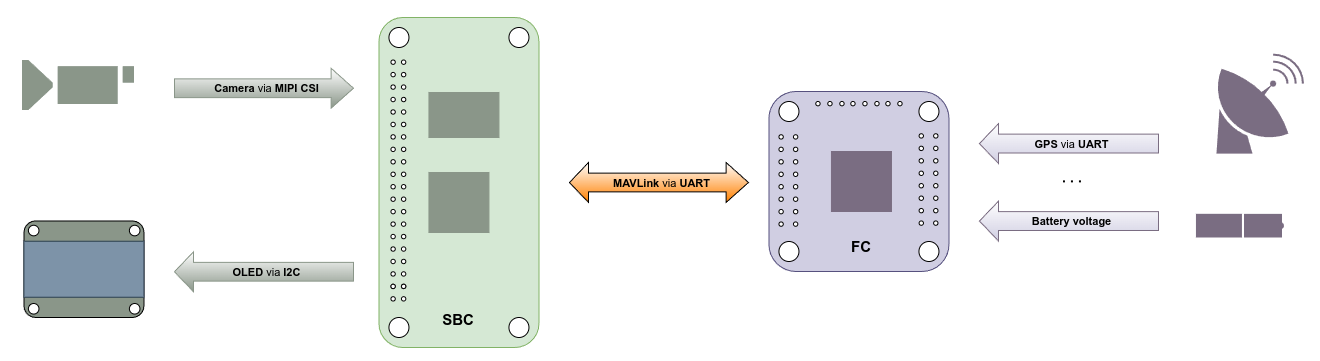
This is Images/sbc_fc_ench.png from Paschalis/mavlink-sbc-fc-bridge, a draw.io export, as it was before one commit. Source tidied: cells renumbered, new cells last; positions are measured from the earlier drawing's top-left corner, leaving out a move shared by most shapes.
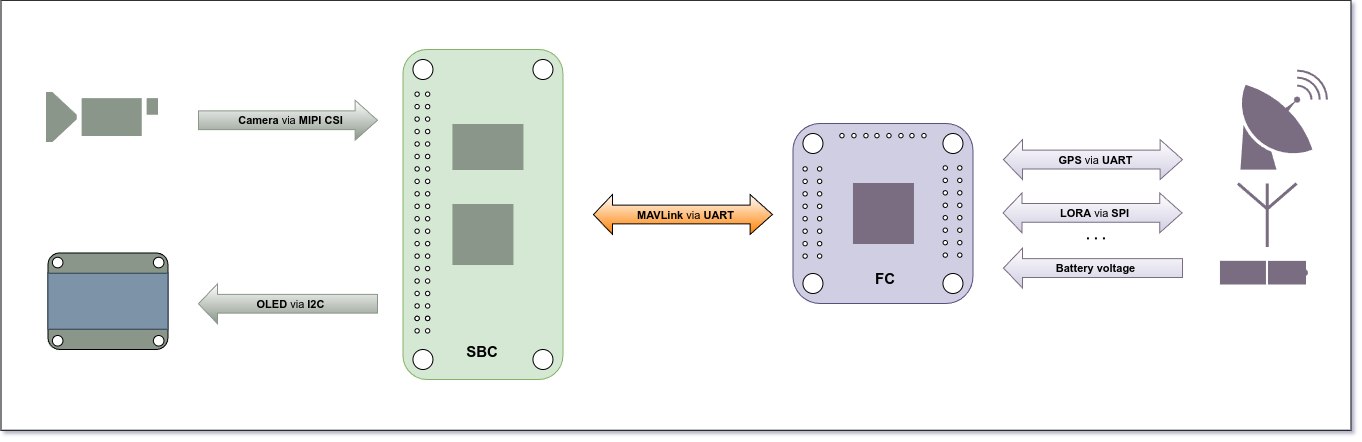
After the commit.

Commit message:
Add antenna symbol to figure to represent LoRa communication

Diff of the diagram source:
```diff
@@ -3,7 +3,7 @@
     <mxCell id="0" />
     <mxCell id="1" parent="0" />
     <mxCell id="2" style="rounded=0;whiteSpace=wrap;html=1;" parent="1" vertex="1">
-      <mxGeometry width="1350" height="430" as="geometry" />
+      <mxGeometry x="1.5" y="0.8" width="1350" height="430" as="geometry" />
     </mxCell>
     <mxCell id="3" style="rounded=1;whiteSpace=wrap;html=1;arcSize=12;fillColor=#8A9689;" parent="1" vertex="1">
       <mxGeometry x="48.4" y="253.4" width="120" height="96.5" as="geometry" />
@@ -180,7 +180,7 @@
       <mxGeometry x="453.5" y="125" width="70" height="45" as="geometry" />
     </mxCell>
     <mxCell id="61" style="rounded=0;whiteSpace=wrap;html=1;fillColor=#7B6D82;strokeColor=#7B6D82;" parent="1" vertex="1">
-      <mxGeometry x="856" y="184" width="60" height="60" as="geometry" />
+      <mxGeometry x="854" y="184" width="60" height="60" as="geometry" />
     </mxCell>
     <mxCell id="62" style="ellipse;whiteSpace=wrap;html=1;" parent="1" vertex="1">
       <mxGeometry x="803.5" y="167.2" width="4.3" height="4.3" as="geometry" />
@@ -356,10 +356,10 @@
     <mxCell id="114" style="ellipse;whiteSpace=wrap;html=1;" parent="1" vertex="1">
       <mxGeometry x="153.9" y="336" width="10.6" height="10.6" as="geometry" />
     </mxCell>
-    <mxCell id="115" style="shape=flexArrow;endArrow=none;startArrow=block;html=1;rounded=0;width=18.8;endSize=7.095999999999999;fillColor=default;gradientColor=#D0CEE2;startFill=0;endFill=0;strokeColor=#7B6D82;" parent="1" edge="1">
+    <mxCell id="115" style="shape=flexArrow;endArrow=block;startArrow=block;html=1;rounded=0;width=18.8;endSize=7.095999999999999;fillColor=default;gradientColor=#D0CEE2;startFill=0;endFill=0;strokeColor=#7B6D82;" parent="1" edge="1">
       <mxGeometry relative="1" as="geometry">
-        <mxPoint x="1003.5" y="176.1" as="sourcePoint" />
-        <mxPoint x="1183.5" y="176.1" as="targetPoint" />
+        <mxPoint x="1003.5" y="160.1" as="sourcePoint" />
+        <mxPoint x="1183.5" y="160.1" as="targetPoint" />
       </mxGeometry>
     </mxCell>
     <mxCell id="116" value="&lt;b&gt;GPS&lt;/b&gt; via &lt;b&gt;UART&lt;/b&gt;" style="edgeLabel;html=1;align=center;verticalAlign=middle;labelBackgroundColor=none;" parent="115" vertex="1">
@@ -369,8 +369,8 @@
     </mxCell>
     <mxCell id="117" style="shape=flexArrow;endArrow=none;startArrow=block;html=1;rounded=0;width=18.8;endSize=7.095999999999999;fillColor=default;gradientColor=#D0CEE2;startFill=0;endFill=0;strokeColor=#7B6D82;" parent="1" edge="1">
       <mxGeometry relative="1" as="geometry">
-        <mxPoint x="1003.5" y="253.6" as="sourcePoint" />
-        <mxPoint x="1183.5" y="253.6" as="targetPoint" />
+        <mxPoint x="1003.5" y="268.6" as="sourcePoint" />
+        <mxPoint x="1183.5" y="268.6" as="targetPoint" />
       </mxGeometry>
     </mxCell>
     <mxCell id="118" value="&lt;b&gt;Battery voltage&lt;/b&gt;" style="edgeLabel;html=1;align=center;verticalAlign=middle;labelBackgroundColor=none;" parent="117" vertex="1">
@@ -380,18 +380,32 @@
     </mxCell>
     <mxCell id="119" style="endArrow=none;dashed=1;html=1;dashPattern=1 3;strokeWidth=2;rounded=0;" parent="1" edge="1">
       <mxGeometry relative="1" as="geometry">
-        <mxPoint x="1087.5" y="213.9" as="sourcePoint" />
-        <mxPoint x="1107.5" y="213.9" as="targetPoint" />
+        <mxPoint x="1087.5" y="238.9" as="sourcePoint" />
+        <mxPoint x="1107.5" y="238.9" as="targetPoint" />
       </mxGeometry>
     </mxCell>
     <mxCell id="120" style="fontColor=#0066CC;verticalAlign=top;verticalLabelPosition=bottom;labelPosition=center;align=center;html=1;fillColor=#7B6D82;strokeColor=none;gradientColor=none;gradientDirection=north;strokeWidth=2;shape=mxgraph.networks.satellite_dish;" parent="1" vertex="1">
-      <mxGeometry x="1238.5" y="86.2" width="90" height="100" as="geometry" />
+      <mxGeometry x="1238.5" y="70.2" width="90" height="100" as="geometry" />
     </mxCell>
     <mxCell id="121" style="html=1;verticalLabelPosition=bottom;align=center;labelBackgroundColor=#ffffff;verticalAlign=top;strokeWidth=2;strokeColor=none;shadow=0;dashed=0;shape=mxgraph.ios7.icons.battery;fillColor=#7B6D82;" parent="1" vertex="1">
-      <mxGeometry x="1268.5" y="246.3" width="40" height="23.7" as="geometry" />
+      <mxGeometry x="1268.5" y="261.3" width="40" height="23.7" as="geometry" />
     </mxCell>
     <mxCell id="122" style="rounded=0;whiteSpace=wrap;html=1;strokeColor=none;fillColor=#7B6D82;" parent="1" vertex="1">
-      <mxGeometry x="1220.5" y="246.3" width="46" height="23.7" as="geometry" />
+      <mxGeometry x="1220.5" y="261.3" width="46" height="23.7" as="geometry" />
     </mxCell>
+    <mxCell id="123" style="verticalLabelPosition=bottom;shadow=0;dashed=0;align=center;html=1;verticalAlign=top;shape=mxgraph.electrical.radio.aerial_-_antenna_1;fillColor=#B5739D;strokeWidth=3;strokeColor=#7B6D82;" parent="1" vertex="1">
+      <mxGeometry x="1238.5" y="184" width="58.5" height="63.4" as="geometry" />
+    </mxCell>
+    <mxCell id="124" style="shape=flexArrow;endArrow=block;startArrow=block;html=1;rounded=0;width=18.8;endSize=7.095999999999999;fillColor=default;gradientColor=#D0CEE2;startFill=0;endFill=0;strokeColor=#7B6D82;" parent="1" edge="1">
+      <mxGeometry relative="1" as="geometry">
+        <mxPoint x="1003" y="213.4" as="sourcePoint" />
+        <mxPoint x="1183" y="213.4" as="targetPoint" />
+      </mxGeometry>
+    </mxCell>
+    <mxCell id="125" value="&lt;b&gt;LORA&lt;/b&gt; via &lt;b&gt;SPI&lt;/b&gt;" style="edgeLabel;html=1;align=center;verticalAlign=middle;labelBackgroundColor=none;" parent="124" vertex="1">
+      <mxGeometry x="0.08" y="-1" relative="1" as="geometry">
+        <mxPoint x="-6" y="-1" as="offset" />
+      </mxGeometry>
+    </mxCell>
   </root>
 </mxGraphModel>
```
